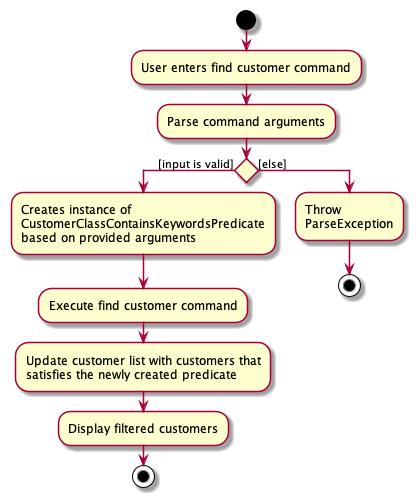
nus-cs2103-AY2122S1/tp keeps this PlantUML diagram as docs/images/FindCustomerCommandActivityDiagram.png. Above is the earlier version. The source it was exported from:
```plantuml
@startuml
start
:User enters find customer command;
:Parse command arguments;

if () then ([input is valid])
    :Creates instance of
    CustomerClassContainsKeywordsPredicate
    based on provided arguments;
    :Execute find customer command;
    :Update customer list with customers that
    satisfies the newly created predicate;
    :Display filtered customers;
    stop
else ([else])
    :Throw \nParseException;
    stop
@enduml
```
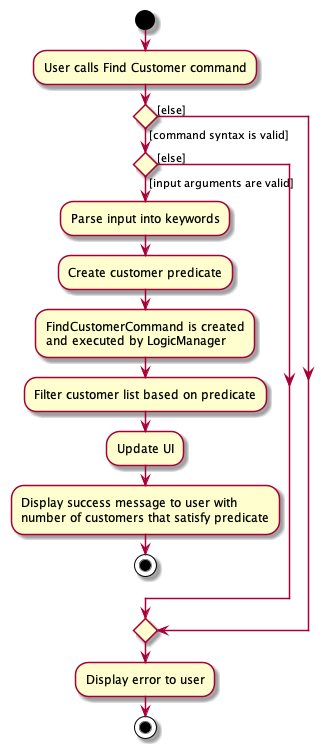
Above is the later version.

Commit message:
Updated FindCommand diagrams

What changed in the source:
```diff
@@ -1,18 +1,33 @@
 @startuml
+
 start
-:User enters find customer command;
-:Parse command arguments;
+:User calls Find Customer command;
 
-if () then ([input is valid])
-    :Creates instance of
-    CustomerClassContainsKeywordsPredicate
-    based on provided arguments;
-    :Execute find customer command;
-    :Update customer list with customers that
-    satisfies the newly created predicate;
-    :Display filtered customers;
+
+if () then ([command syntax is valid])
+if () then ([input arguments are valid])
+
+    :Parse input into keywords;
+
+    :Create customer predicate;
+
+    :FindCustomerCommand is created
+    and executed by LogicManager;
+
+    :Filter customer list based on predicate;
+
+    :Update UI;
+
+    :Display success message to user with
+    number of customers that satisfy predicate;
+
     stop
+
 else ([else])
-    :Throw \nParseException;
-    stop
+    endif
+else ([else])
+    endif
+    :Display error to user;
+stop
+
 @enduml
```
